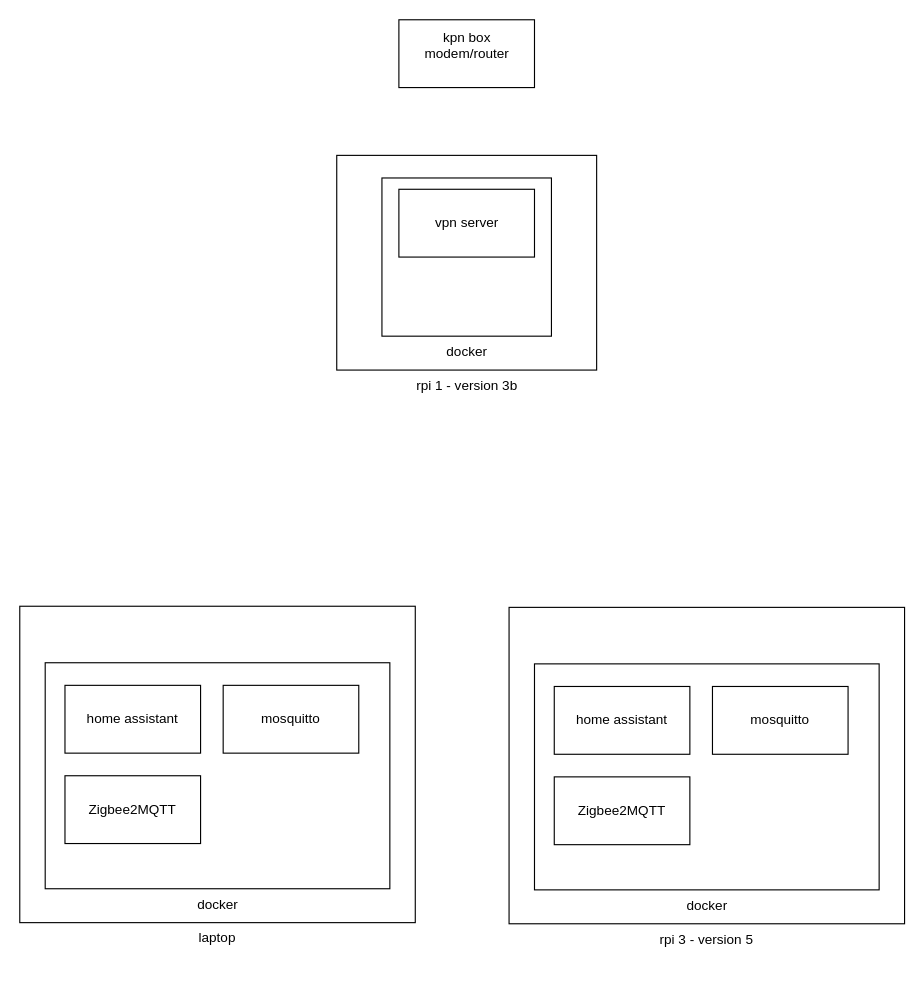
Earlier version of the draw.io diagram home.drawio (joriswijlens/home). Source tidied: cells renumbered, new cells numbered last; positions are measured from the earlier drawing's top-left corner, leaving out a move shared by most shapes. Both pictures are drawn from the tidied source at 113%, with x=0, y=0 at pixel (19, 19).
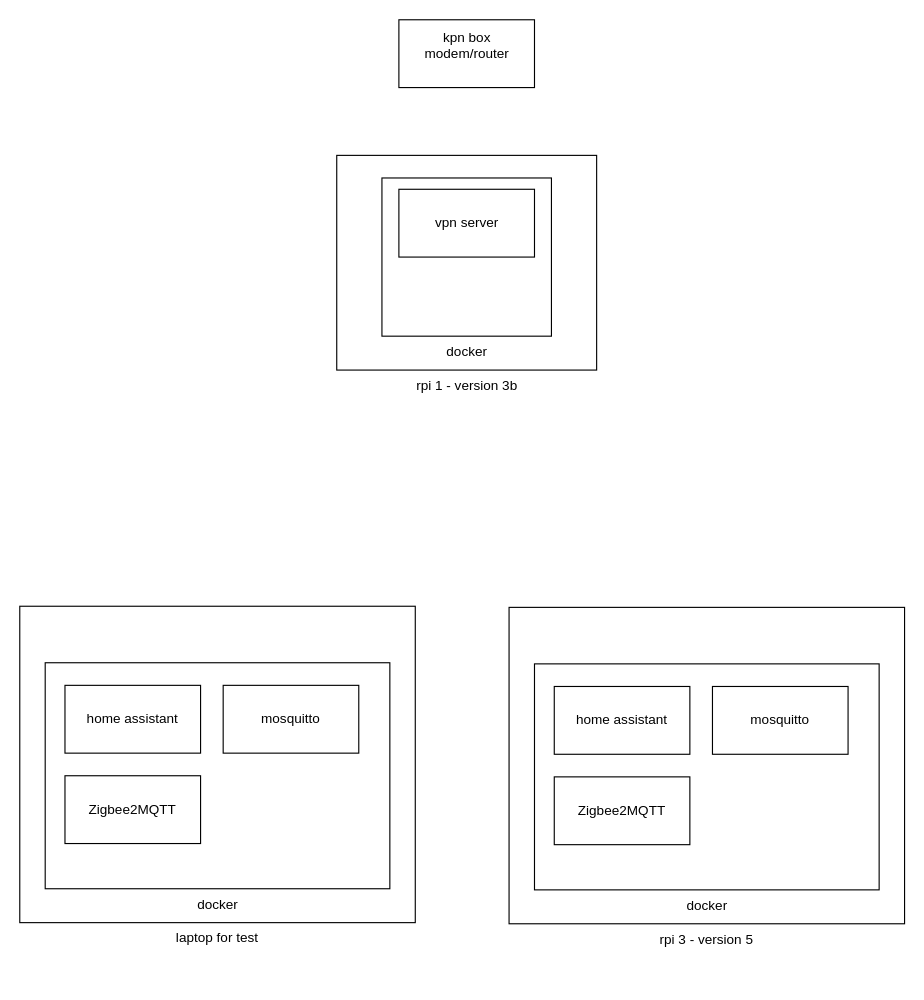
Above is the later version.

Commit message (it also covers changes not shown here):
feat: Centralize infrastructure management and refactor Home Assistant deployment

What changed in the source:
```diff
@@
 <mxGraphModel>
   <root>
     <mxCell id="0" />
     <mxCell id="1" parent="0" />
     <mxCell id="2" value="rpi 1 - v&lt;span style=&quot;background-color: transparent; color: light-dark(rgb(0, 0, 0), rgb(255, 255, 255));&quot;&gt;ersion 3b&lt;/span&gt;&lt;div&gt;&lt;br&gt;&lt;/div&gt;" style="rounded=0;whiteSpace=wrap;html=1;labelPosition=center;verticalLabelPosition=bottom;align=center;verticalAlign=top;" parent="1" vertex="1">
       <mxGeometry x="280.5" y="120" width="230" height="190" as="geometry" />
     </mxCell>
     <mxCell id="3" value="rpi 3 -&amp;nbsp;&lt;span style=&quot;background-color: transparent; color: light-dark(rgb(0, 0, 0), rgb(255, 255, 255));&quot;&gt;version 5&lt;/span&gt;&lt;div&gt;&lt;br&gt;&lt;/div&gt;&lt;div&gt;&lt;br&gt;&lt;/div&gt;" style="rounded=0;whiteSpace=wrap;html=1;labelPosition=center;verticalLabelPosition=bottom;align=center;verticalAlign=top;" parent="1" vertex="1">
       <mxGeometry x="433" y="520" width="350" height="280" as="geometry" />
     </mxCell>
     <mxCell id="4" value="docker" style="rounded=0;whiteSpace=wrap;html=1;labelPosition=center;verticalLabelPosition=bottom;align=center;verticalAlign=top;" parent="1" vertex="1">
       <mxGeometry x="455.5" y="570" width="305" height="200" as="geometry" />
     </mxCell>
     <mxCell id="5" value="home assistant" style="rounded=0;whiteSpace=wrap;html=1;" parent="1" vertex="1">
       <mxGeometry x="473" y="590" width="120" height="60" as="geometry" />
     </mxCell>
     <mxCell id="6" value="mosquitto" style="rounded=0;whiteSpace=wrap;html=1;" parent="1" vertex="1">
       <mxGeometry x="613" y="590" width="120" height="60" as="geometry" />
     </mxCell>
     <mxCell id="7" value="Zigbee2MQTT" style="rounded=0;whiteSpace=wrap;html=1;" parent="1" vertex="1">
       <mxGeometry x="473" y="670" width="120" height="60" as="geometry" />
     </mxCell>
     <mxCell id="8" value="docker" style="rounded=0;whiteSpace=wrap;html=1;labelPosition=center;verticalLabelPosition=bottom;align=center;verticalAlign=top;" parent="1" vertex="1">
       <mxGeometry x="320.5" y="140" width="150" height="140" as="geometry" />
     </mxCell>
     <mxCell id="9" value="vpn server" style="rounded=0;whiteSpace=wrap;html=1;" parent="1" vertex="1">
       <mxGeometry x="335.5" y="150" width="120" height="60" as="geometry" />
     </mxCell>
-    <mxCell id="10" value="&lt;div&gt;laptop&lt;/div&gt;" style="rounded=0;whiteSpace=wrap;html=1;labelPosition=center;verticalLabelPosition=bottom;align=center;verticalAlign=top;" parent="1" vertex="1">
+    <mxCell id="10" value="&lt;div&gt;laptop for test&lt;/div&gt;" style="rounded=0;whiteSpace=wrap;html=1;labelPosition=center;verticalLabelPosition=bottom;align=center;verticalAlign=top;" parent="1" vertex="1">
       <mxGeometry y="519" width="350" height="280" as="geometry" />
     </mxCell>
     <mxCell id="11" value="docker" style="rounded=0;whiteSpace=wrap;html=1;labelPosition=center;verticalLabelPosition=bottom;align=center;verticalAlign=top;" parent="1" vertex="1">
       <mxGeometry x="22.5" y="569" width="305" height="200" as="geometry" />
     </mxCell>
     <mxCell id="12" value="home assistant" style="rounded=0;whiteSpace=wrap;html=1;" parent="1" vertex="1">
       <mxGeometry x="40" y="589" width="120" height="60" as="geometry" />
     </mxCell>
     <mxCell id="13" value="mosquitto" style="rounded=0;whiteSpace=wrap;html=1;" parent="1" vertex="1">
       <mxGeometry x="180" y="589" width="120" height="60" as="geometry" />
     </mxCell>
     <mxCell id="14" value="Zigbee2MQTT" style="rounded=0;whiteSpace=wrap;html=1;" parent="1" vertex="1">
       <mxGeometry x="40" y="669" width="120" height="60" as="geometry" />
     </mxCell>
     <mxCell id="15" value="kpn box&lt;div&gt;modem/router&lt;div&gt;&lt;br&gt;&lt;/div&gt;&lt;/div&gt;" style="rounded=0;whiteSpace=wrap;html=1;" parent="1" vertex="1">
       <mxGeometry x="335.5" width="120" height="60" as="geometry" />
     </mxCell>
   </root>
 </mxGraphModel>
```
